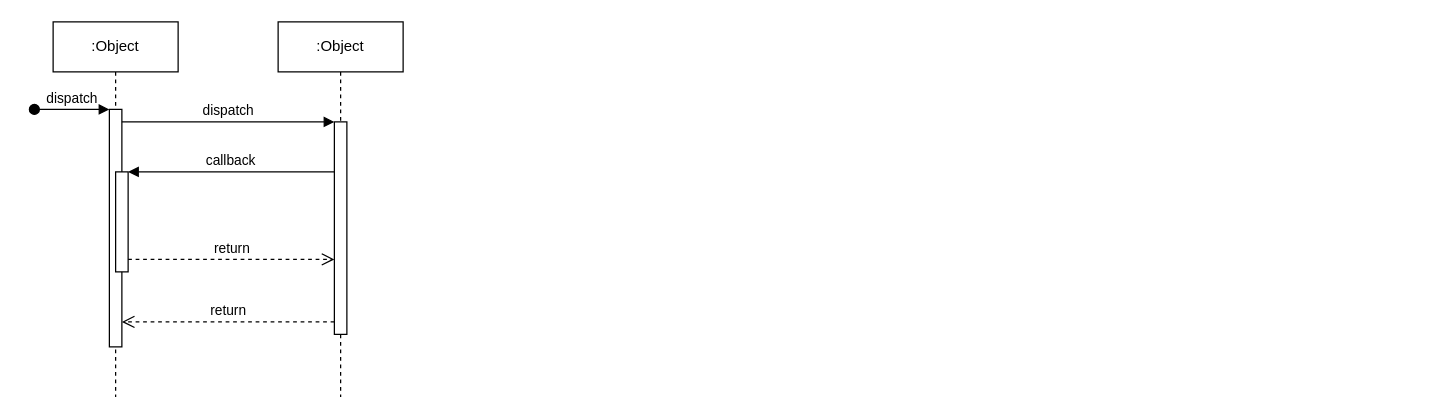
Earlier version of the draw.io diagram 联运中心CGC支付方式.drawio (Garygu0519/drawideas). Source tidied: cells renumbered, new cells numbered last; positions are measured from the earlier drawing's top-left corner, leaving out a move shared by most shapes. Both pictures are drawn from the tidied source at 125%, with x=0, y=0 at pixel (34, 21).
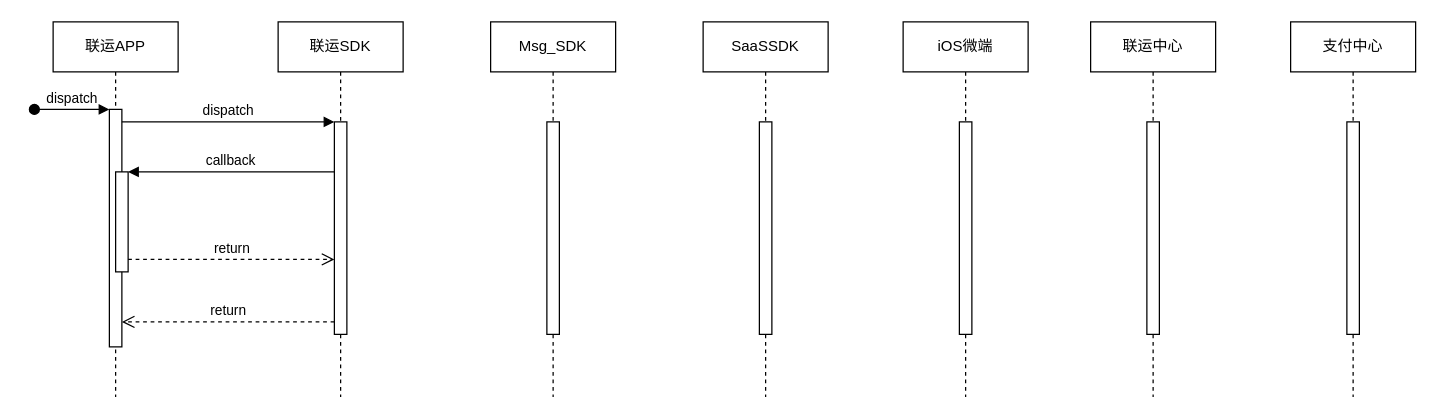
After the change.

Commit message:
更新联运中心CGC支付方式.drawio

The edit, as a diff of the source:
```diff
@@
-    <mxCell id="2" value=":Object" style="shape=umlLifeline;perimeter=lifelinePerimeter;whiteSpace=wrap;html=1;newEdgeStyle={&quot;edgeStyle&quot;:&quot;elbowEdgeStyle&quot;,&quot;elbow&quot;:&quot;vertical&quot;,&quot;curved&quot;:0,&quot;rounded&quot;:0};" parent="1" vertex="1">
+    <mxCell id="2" value="联运APP" style="shape=umlLifeline;perimeter=lifelinePerimeter;whiteSpace=wrap;html=1;newEdgeStyle={&quot;edgeStyle&quot;:&quot;elbowEdgeStyle&quot;,&quot;elbow&quot;:&quot;vertical&quot;,&quot;curved&quot;:0,&quot;rounded&quot;:0};" parent="1" vertex="1">
       <mxGeometry x="15" width="100" height="300" as="geometry" />
     </mxCell>
@@
-    <mxCell id="6" value=":Object" style="shape=umlLifeline;perimeter=lifelinePerimeter;whiteSpace=wrap;html=1;newEdgeStyle={&quot;edgeStyle&quot;:&quot;elbowEdgeStyle&quot;,&quot;elbow&quot;:&quot;vertical&quot;,&quot;curved&quot;:0,&quot;rounded&quot;:0};" parent="1" vertex="1">
+    <mxCell id="6" value="联运SDK" style="shape=umlLifeline;perimeter=lifelinePerimeter;whiteSpace=wrap;html=1;newEdgeStyle={&quot;edgeStyle&quot;:&quot;elbowEdgeStyle&quot;,&quot;elbow&quot;:&quot;vertical&quot;,&quot;curved&quot;:0,&quot;rounded&quot;:0};" parent="1" vertex="1">
       <mxGeometry x="195" width="100" height="300" as="geometry" />
     </mxCell>
@@
+    <mxCell id="12" value="Msg_SDK" style="shape=umlLifeline;perimeter=lifelinePerimeter;whiteSpace=wrap;html=1;newEdgeStyle={&quot;edgeStyle&quot;:&quot;elbowEdgeStyle&quot;,&quot;elbow&quot;:&quot;vertical&quot;,&quot;curved&quot;:0,&quot;rounded&quot;:0};" parent="1" vertex="1">
+      <mxGeometry x="365" width="100" height="300" as="geometry" />
+    </mxCell>
+    <mxCell id="13" style="html=1;perimeter=orthogonalPerimeter;targetShapes=umlLifeline;newEdgeStyle={&quot;edgeStyle&quot;:&quot;elbowEdgeStyle&quot;,&quot;elbow&quot;:&quot;vertical&quot;,&quot;curved&quot;:0,&quot;rounded&quot;:0};" parent="12" vertex="1">
+      <mxGeometry x="45" y="80" width="10" height="170" as="geometry" />
+    </mxCell>
+    <mxCell id="14" value="SaaSSDK" style="shape=umlLifeline;perimeter=lifelinePerimeter;whiteSpace=wrap;html=1;newEdgeStyle={&quot;edgeStyle&quot;:&quot;elbowEdgeStyle&quot;,&quot;elbow&quot;:&quot;vertical&quot;,&quot;curved&quot;:0,&quot;rounded&quot;:0};" parent="1" vertex="1">
+      <mxGeometry x="535" width="100" height="300" as="geometry" />
+    </mxCell>
+    <mxCell id="15" style="html=1;perimeter=orthogonalPerimeter;targetShapes=umlLifeline;newEdgeStyle={&quot;edgeStyle&quot;:&quot;elbowEdgeStyle&quot;,&quot;elbow&quot;:&quot;vertical&quot;,&quot;curved&quot;:0,&quot;rounded&quot;:0};" parent="14" vertex="1">
+      <mxGeometry x="45" y="80" width="10" height="170" as="geometry" />
+    </mxCell>
+    <mxCell id="16" value="iOS微端" style="shape=umlLifeline;perimeter=lifelinePerimeter;whiteSpace=wrap;html=1;newEdgeStyle={&quot;edgeStyle&quot;:&quot;elbowEdgeStyle&quot;,&quot;elbow&quot;:&quot;vertical&quot;,&quot;curved&quot;:0,&quot;rounded&quot;:0};" parent="1" vertex="1">
+      <mxGeometry x="695" width="100" height="300" as="geometry" />
+    </mxCell>
+    <mxCell id="17" style="html=1;perimeter=orthogonalPerimeter;targetShapes=umlLifeline;newEdgeStyle={&quot;edgeStyle&quot;:&quot;elbowEdgeStyle&quot;,&quot;elbow&quot;:&quot;vertical&quot;,&quot;curved&quot;:0,&quot;rounded&quot;:0};" parent="16" vertex="1">
+      <mxGeometry x="45" y="80" width="10" height="170" as="geometry" />
+    </mxCell>
+    <mxCell id="18" value="联运中心" style="shape=umlLifeline;perimeter=lifelinePerimeter;whiteSpace=wrap;html=1;newEdgeStyle={&quot;edgeStyle&quot;:&quot;elbowEdgeStyle&quot;,&quot;elbow&quot;:&quot;vertical&quot;,&quot;curved&quot;:0,&quot;rounded&quot;:0};" parent="1" vertex="1">
+      <mxGeometry x="845" width="100" height="300" as="geometry" />
+    </mxCell>
+    <mxCell id="19" style="html=1;perimeter=orthogonalPerimeter;targetShapes=umlLifeline;newEdgeStyle={&quot;edgeStyle&quot;:&quot;elbowEdgeStyle&quot;,&quot;elbow&quot;:&quot;vertical&quot;,&quot;curved&quot;:0,&quot;rounded&quot;:0};" parent="18" vertex="1">
+      <mxGeometry x="45" y="80" width="10" height="170" as="geometry" />
+    </mxCell>
+    <mxCell id="20" value="支付中心" style="shape=umlLifeline;perimeter=lifelinePerimeter;whiteSpace=wrap;html=1;newEdgeStyle={&quot;edgeStyle&quot;:&quot;elbowEdgeStyle&quot;,&quot;elbow&quot;:&quot;vertical&quot;,&quot;curved&quot;:0,&quot;rounded&quot;:0};" parent="1" vertex="1">
+      <mxGeometry x="1005" width="100" height="300" as="geometry" />
+    </mxCell>
+    <mxCell id="21" style="html=1;perimeter=orthogonalPerimeter;targetShapes=umlLifeline;newEdgeStyle={&quot;edgeStyle&quot;:&quot;elbowEdgeStyle&quot;,&quot;elbow&quot;:&quot;vertical&quot;,&quot;curved&quot;:0,&quot;rounded&quot;:0};" parent="20" vertex="1">
+      <mxGeometry x="45" y="80" width="10" height="170" as="geometry" />
+    </mxCell>
```
